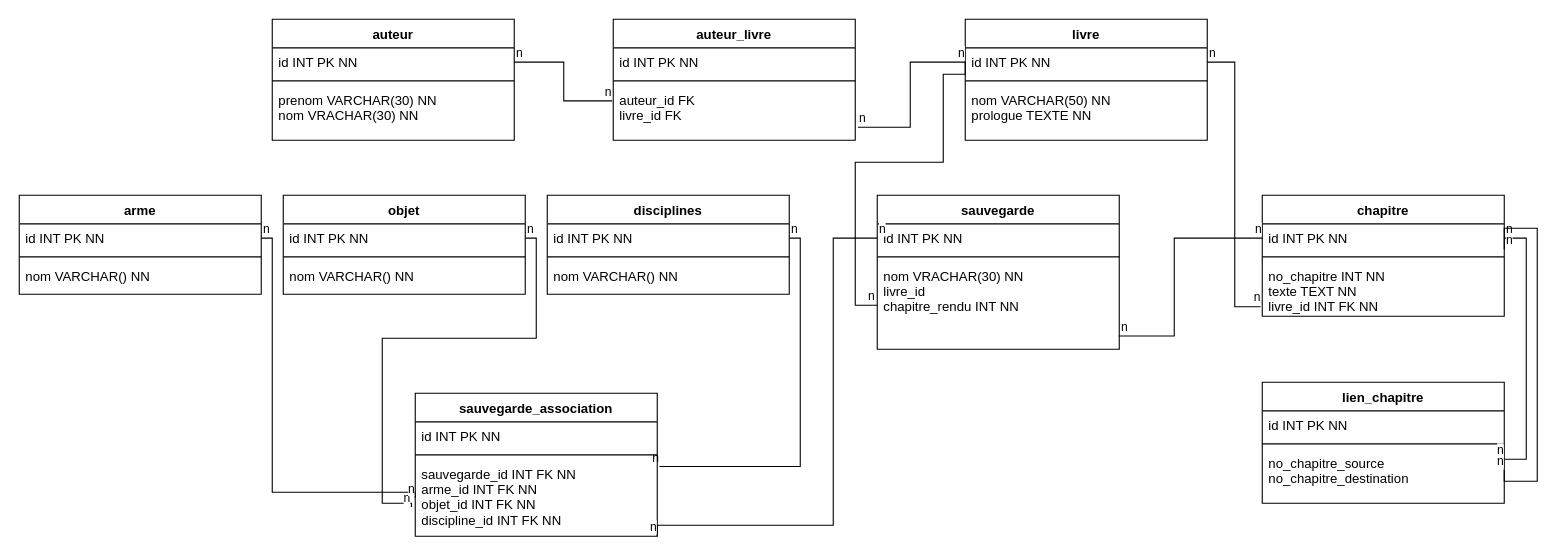
Above: dev/bd2_livre_hero-diagramme.drawio in 2137772-Lamarche-Felix/tp_bd2_antoine_felix (draw.io), before the change. Source tidied: cells renumbered, new cells numbered last; positions are measured from the earlier drawing's top-left corner, leaving out a move shared by most shapes. Both pictures are drawn from the tidied source at 110%, with x=0, y=0 at pixel (19, 19).
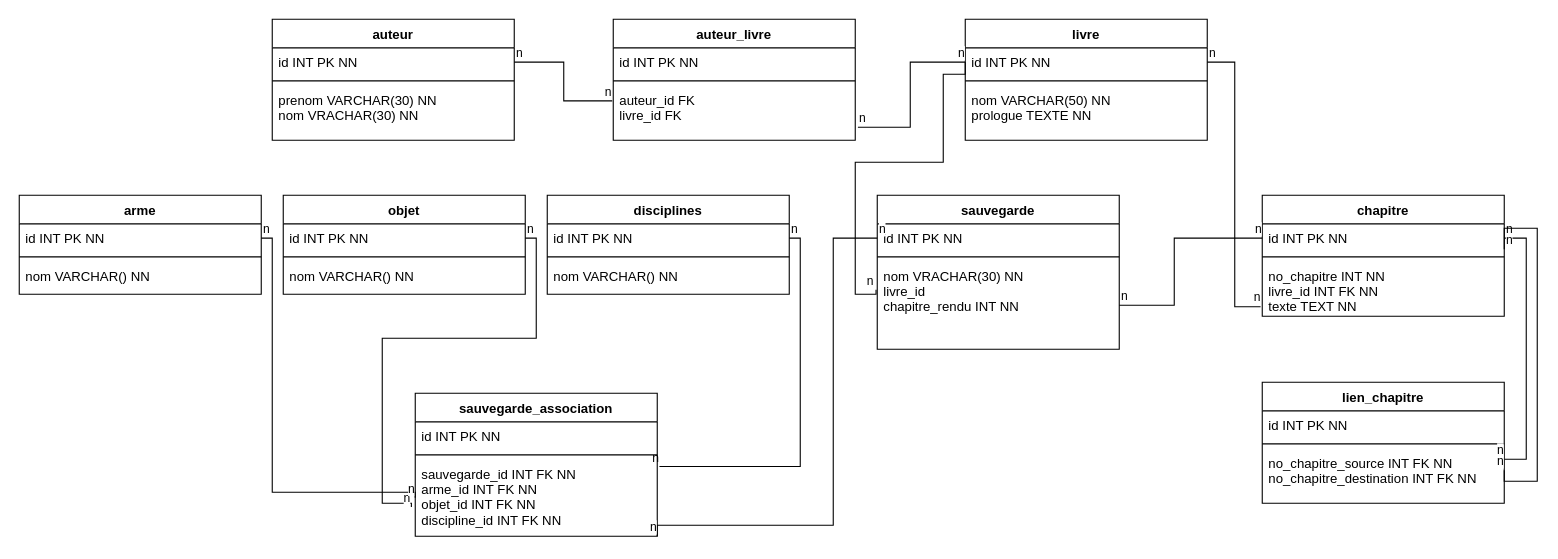
The same diagram, later.

Commit message (it also covers changes not shown here):
Create Tables: ajouté les Foreign Keys

The change refers to these unchanged cells:
```xml
<mxCell id="2" value="chapitre" style="swimlane;fontStyle=1;align=center;verticalAlign=top;horizontal=1;startSize=26;" parent="1" vertex="1">
  <mxGeometry x="1130" y="160" width="220" height="110" as="geometry" />
</mxCell>
<mxCell id="3" value="id INT PK NN" style="text;strokeColor=none;fillColor=none;align=left;verticalAlign=top;spacingLeft=4;spacingRight=4;overflow=hidden;points=[[0,0.5],[1,0.5]];portConstraint=eastwest;" parent="2" vertex="1">
  <mxGeometry y="26" width="220" height="26" as="geometry" />
</mxCell>
<mxCell id="7" value="id INT PK NN" style="text;strokeColor=none;fillColor=none;align=left;verticalAlign=top;spacingLeft=4;spacingRight=4;overflow=hidden;points=[[0,0.5],[1,0.5]];portConstraint=eastwest;" parent="6" vertex="1">
  <mxGeometry y="26" width="220" height="26" as="geometry" />
</mxCell>
<mxCell id="30" value="nom VRACHAR(30) NN&#10;livre_id &#10;chapitre_rendu INT NN" style="text;strokeColor=none;fillColor=none;align=left;verticalAlign=top;spacingLeft=4;spacingRight=4;overflow=hidden;points=[[0,0.5],[1,0.5]];portConstraint=eastwest;" parent="27" vertex="1">
  <mxGeometry y="60" width="220" height="80" as="geometry" />
</mxCell>
<mxCell id="65" value="lien_chapitre" style="swimlane;fontStyle=1;align=center;verticalAlign=top;horizontal=1;startSize=26;" parent="1" vertex="1">
  <mxGeometry x="1130" y="330" width="220" height="110" as="geometry" />
</mxCell>
```

What changed in the source:
```diff
@@
-    <mxCell id="5" value="no_chapitre INT NN&#10;texte TEXT NN&#10;livre_id INT FK NN" style="text;strokeColor=none;fillColor=none;align=left;verticalAlign=top;spacingLeft=4;spacingRight=4;overflow=hidden;points=[[0,0.5],[1,0.5]];portConstraint=eastwest;" parent="2" vertex="1">
+    <mxCell id="5" value="no_chapitre INT NN&#10;livre_id INT FK NN&#10;texte TEXT NN" style="text;strokeColor=none;fillColor=none;align=left;verticalAlign=top;spacingLeft=4;spacingRight=4;overflow=hidden;points=[[0,0.5],[1,0.5]];portConstraint=eastwest;" parent="2" vertex="1">
       <mxGeometry y="60" width="220" height="50" as="geometry" />
     </mxCell>
@@
-    <mxCell id="31" style="endArrow=none;html=1;edgeStyle=orthogonalEdgeStyle;rounded=0;exitX=0.998;exitY=0.85;exitDx=0;exitDy=0;entryX=0;entryY=0.5;entryDx=0;entryDy=0;exitPerimeter=0;" parent="1" edge="1" source="30" target="3">
+    <mxCell id="31" style="endArrow=none;html=1;edgeStyle=orthogonalEdgeStyle;rounded=0;exitX=1;exitY=0.5;exitDx=0;exitDy=0;entryX=0;entryY=0.5;entryDx=0;entryDy=0;" parent="1" edge="1" source="30" target="3">
       <mxGeometry relative="1" as="geometry">
         <Array as="points">
-          <mxPoint x="1050" y="288" />
+          <mxPoint x="1050" y="260" />
           <mxPoint x="1050" y="199" />
         </Array>
       </mxGeometry>
     </mxCell>
@@
-    <mxCell id="34" style="endArrow=none;html=1;edgeStyle=orthogonalEdgeStyle;rounded=0;exitX=0;exitY=0.5;exitDx=0;exitDy=0;entryX=0;entryY=0.5;entryDx=0;entryDy=0;" parent="1" edge="1" source="30" target="7">
+    <mxCell id="34" style="endArrow=none;html=1;edgeStyle=orthogonalEdgeStyle;rounded=0;exitX=-0.005;exitY=0.323;exitDx=0;exitDy=0;entryX=0;entryY=0.5;entryDx=0;entryDy=0;exitPerimeter=0;" parent="1" edge="1" source="30" target="7">
       <mxGeometry relative="1" as="geometry">
         <Array as="points">
-          <mxPoint x="760" y="260" />
+          <mxPoint x="779" y="250" />
+          <mxPoint x="760" y="250" />
           <mxPoint x="760" y="130" />
           <mxPoint x="840" y="130" />
           <mxPoint x="840" y="50" />
           <mxPoint x="860" y="50" />
         </Array>
       </mxGeometry>
     </mxCell>
@@
-    <mxCell id="68" value="no_chapitre_source&#10;no_chapitre_destination" style="text;strokeColor=none;fillColor=none;align=left;verticalAlign=top;spacingLeft=4;spacingRight=4;overflow=hidden;points=[[0,0.5],[1,0.5]];portConstraint=eastwest;" parent="65" vertex="1">
+    <mxCell id="68" value="no_chapitre_source INT FK NN&#10;no_chapitre_destination INT FK NN" style="text;strokeColor=none;fillColor=none;align=left;verticalAlign=top;spacingLeft=4;spacingRight=4;overflow=hidden;points=[[0,0.5],[1,0.5]];portConstraint=eastwest;" parent="65" vertex="1">
       <mxGeometry y="60" width="220" height="50" as="geometry" />
     </mxCell>
```
